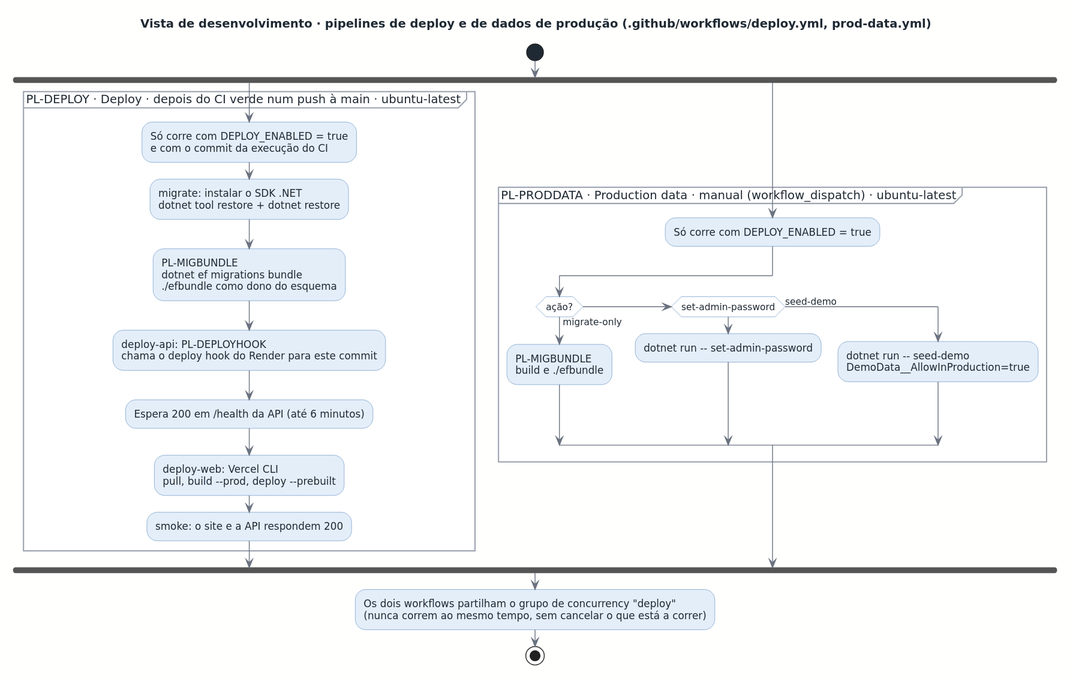
Above: docs/architecture/out/development-deploy.svg in rodrigo4sousa/SportsEstablishments (PlantUML), before the change. Its diagram source:
```plantuml
@startuml
!include ../style.puml
title Vista de desenvolvimento · pipelines de deploy e de dados de produção (.github/workflows/deploy.yml, prod-data.yml)

start
fork
  partition "PL-DEPLOY · Deploy · depois do CI verde num push à main · ubuntu-latest" {
    :Só corre com DEPLOY_ENABLED = true\ne com o commit da execução do CI;
    :migrate: instalar o SDK .NET\ndotnet tool restore + dotnet restore;
    :PL-MIGBUNDLE\ndotnet ef migrations bundle\n./efbundle como dono do esquema;
    :deploy-api: PL-DEPLOYHOOK\nchama o deploy hook do Render para este commit;
    :Espera 200 em /health da API (até 6 minutos);
    :deploy-web: Vercel CLI\npull, build ~-~-prod, deploy ~-~-prebuilt;
    :smoke: o site e a API respondem 200;
  }
fork again
  partition "PL-PRODDATA · Production data · manual (workflow_dispatch) · ubuntu-latest" {
    :Só corre com DEPLOY_ENABLED = true;
    if (ação?) then (migrate-only)
      :PL-MIGBUNDLE\nbuild e ./efbundle;
    elseif (set-admin-password) then
      :dotnet run -- set-admin-password;
    else (seed-demo)
      :dotnet run -- seed-demo\nDemoData__AllowInProduction=true;
    endif
  }
end fork
:Os dois workflows partilham o grupo de concurrency "deploy"\n(nunca correm ao mesmo tempo, sem cancelar o que está a correr);
stop
@enduml
```
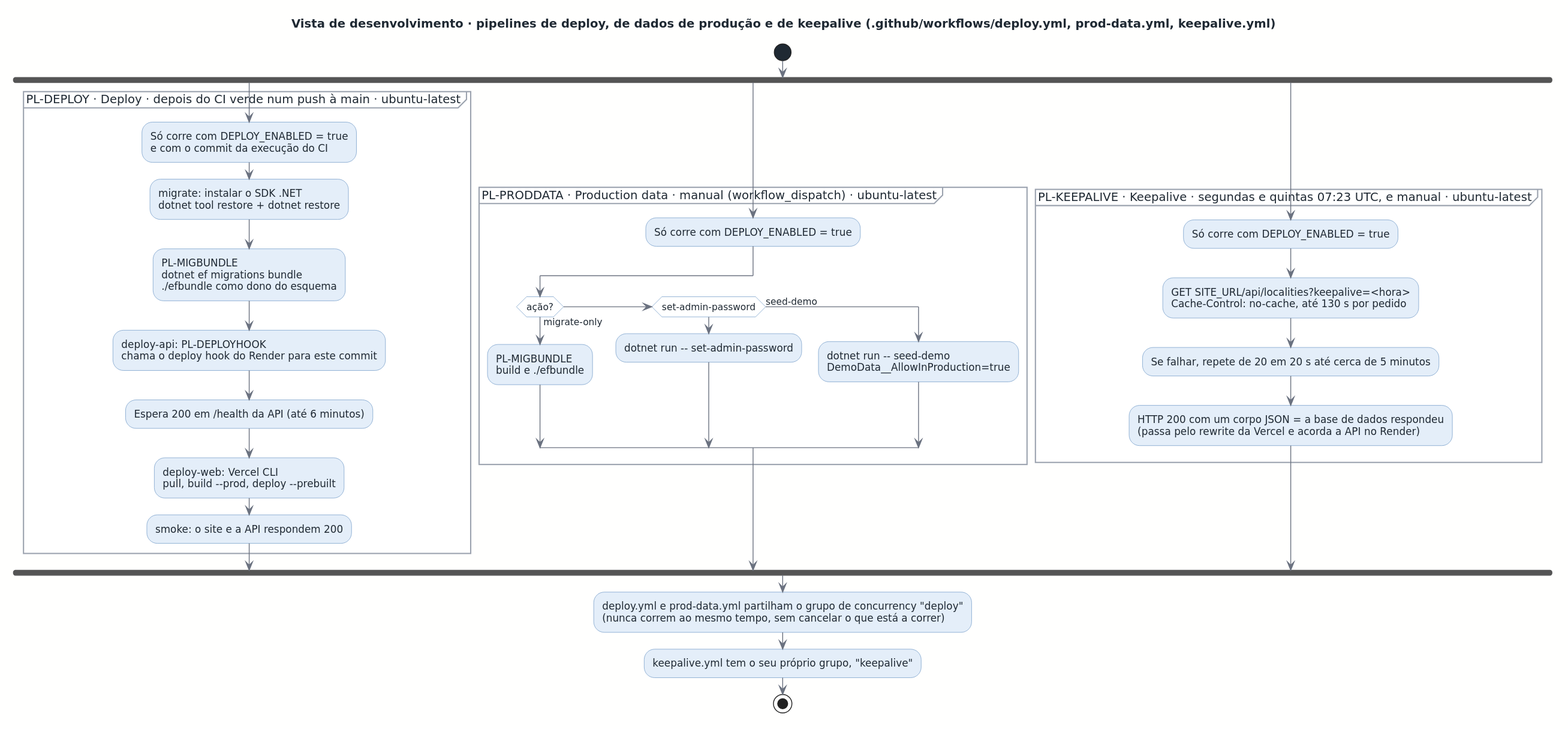
Above is the later version.

Change to the diagram source:
```diff
@@ -1,6 +1,6 @@
 @startuml
 !include ../style.puml
-title Vista de desenvolvimento · pipelines de deploy e de dados de produção (.github/workflows/deploy.yml, prod-data.yml)
+title Vista de desenvolvimento · pipelines de deploy, de dados de produção e de keepalive (.github/workflows/deploy.yml, prod-data.yml, keepalive.yml)
 
 start
 fork
@@ -24,7 +24,15 @@
       :dotnet run -- seed-demo\nDemoData__AllowInProduction=true;
     endif
   }
+fork again
+  partition "PL-KEEPALIVE · Keepalive · segundas e quintas 07:23 UTC, e manual · ubuntu-latest" {
+    :Só corre com DEPLOY_ENABLED = true;
+    :GET SITE_URL/api/localities?keepalive=<hora>\nCache-Control: no-cache, até 130 s por pedido;
+    :Se falhar, repete de 20 em 20 s até cerca de 5 minutos;
+    :HTTP 200 com um corpo JSON = a base de dados respondeu\n(passa pelo rewrite da Vercel e acorda a API no Render);
+  }
 end fork
-:Os dois workflows partilham o grupo de concurrency "deploy"\n(nunca correm ao mesmo tempo, sem cancelar o que está a correr);
+:deploy.yml e prod-data.yml partilham o grupo de concurrency "deploy"\n(nunca correm ao mesmo tempo, sem cancelar o que está a correr);
+:keepalive.yml tem o seu próprio grupo, "keepalive";
 stop
 @enduml
```
